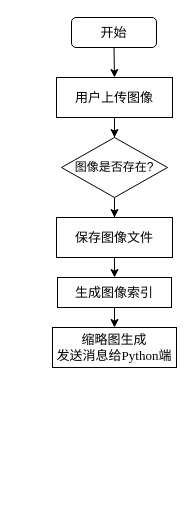
Above: 图像上传流程图.drawio in LiSoulSpace/GitBook (draw.io), before the change. Source tidied: cells renumbered, new cells numbered last; positions are measured from the earlier drawing's top-left corner, leaving out a move shared by most shapes. Both pictures are drawn from the tidied source at 100%, with x=0, y=0 at pixel (52, 17).
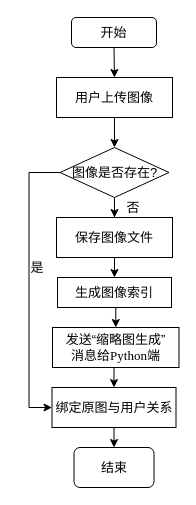
The same diagram, later.

Commit message (it also covers changes not shown here):
更新图像上传流程图.drawio

Unchanged cells that the change refers to:
```xml
<mxCell id="3" value="开始" style="rounded=1;whiteSpace=wrap;html=1;fontSize=13;glass=0;strokeWidth=1;shadow=0;fontFamily=宋体;" parent="1" vertex="1">
  <mxGeometry x="19" width="85" height="30" as="geometry" />
</mxCell>
<mxCell id="5" value="用户上传图像" style="rounded=0;whiteSpace=wrap;html=1;fontFamily=宋体;fontSize=13;" parent="1" vertex="1">
  <mxGeometry x="4" y="60" width="116" height="40" as="geometry" />
</mxCell>
<mxCell id="7" value="保存图像文件" style="rounded=0;whiteSpace=wrap;html=1;fontFamily=宋体;fontSize=13;" parent="1" vertex="1">
  <mxGeometry x="4" y="200" width="116" height="40" as="geometry" />
</mxCell>
<mxCell id="11" value="生成图像索引" style="rounded=0;whiteSpace=wrap;html=1;fontFamily=宋体;fontSize=13;" parent="1" vertex="1">
  <mxGeometry x="5" y="260" width="114" height="30" as="geometry" />
</mxCell>
```

Change to the diagram source:
```diff
@@
-    <mxCell id="2" style="edgeStyle=orthogonalEdgeStyle;rounded=0;jettySize=auto;html=1;exitX=0.5;exitY=1;exitDx=0;exitDy=0;entryX=0.5;entryY=0;entryDx=0;entryDy=0;fontFamily=宋体;" parent="1" edge="1" source="3" target="5">
+    <mxCell id="2" style="edgeStyle=orthogonalEdgeStyle;rounded=0;jettySize=auto;html=1;exitX=0.5;exitY=1;exitDx=0;exitDy=0;entryX=0.5;entryY=0;entryDx=0;entryDy=0;fontFamily=宋体;fontSize=13;" parent="1" edge="1" source="3" target="5">
       <mxGeometry relative="1" as="geometry" />
     </mxCell>
@@
-    <mxCell id="4" style="edgeStyle=orthogonalEdgeStyle;rounded=0;jettySize=auto;html=1;fontFamily=宋体;" parent="1" edge="1" source="5" target="9">
+    <mxCell id="4" style="edgeStyle=orthogonalEdgeStyle;rounded=0;jettySize=auto;html=1;fontFamily=宋体;fontSize=13;" parent="1" edge="1" source="5" target="9">
       <mxGeometry relative="1" as="geometry" />
     </mxCell>
@@
-    <mxCell id="6" style="edgeStyle=orthogonalEdgeStyle;rounded=0;jettySize=auto;html=1;exitX=0.5;exitY=1;exitDx=0;exitDy=0;entryX=0.5;entryY=0;entryDx=0;entryDy=0;fontFamily=宋体;" parent="1" edge="1" source="7" target="11">
+    <mxCell id="6" style="edgeStyle=orthogonalEdgeStyle;rounded=0;jettySize=auto;html=1;exitX=0.5;exitY=1;exitDx=0;exitDy=0;entryX=0.5;entryY=0;entryDx=0;entryDy=0;fontFamily=宋体;fontSize=13;" parent="1" edge="1" source="7" target="11">
       <mxGeometry relative="1" as="geometry" />
     </mxCell>
@@
-    <mxCell id="8" style="edgeStyle=orthogonalEdgeStyle;rounded=0;jettySize=auto;html=1;fontFamily=宋体;" parent="1" edge="1" source="9" target="7">
+    <mxCell id="8" style="edgeStyle=orthogonalEdgeStyle;rounded=0;jettySize=auto;html=1;fontFamily=宋体;fontSize=13;" parent="1" edge="1" source="9" target="7">
       <mxGeometry relative="1" as="geometry" />
     </mxCell>
+    <mxCell id="13" style="edgeStyle=orthogonalEdgeStyle;rounded=0;jettySize=auto;html=1;exitX=0;exitY=0.5;exitDx=0;exitDy=0;entryX=0;entryY=0.5;entryDx=0;entryDy=0;fontSize=13;fontFamily=宋体;" parent="1" edge="1" source="9" target="17">
+      <mxGeometry relative="1" as="geometry">
+        <Array as="points">
+          <mxPoint x="-23.5" y="155" />
+          <mxPoint x="-23.5" y="390" />
+        </Array>
+      </mxGeometry>
+    </mxCell>
-    <mxCell id="9" value="图像是否存在?" style="rhombus;whiteSpace=wrap;html=1;fontFamily=宋体;" parent="1" vertex="1">
-      <mxGeometry x="9" y="120" width="106" height="60" as="geometry" />
+    <mxCell id="9" value="图像是否存在?" style="rhombus;whiteSpace=wrap;html=1;fontFamily=宋体;fontSize=13;" parent="1" vertex="1">
+      <mxGeometry x="7.5" y="130" width="109" height="50" as="geometry" />
     </mxCell>
-    <mxCell id="10" style="edgeStyle=orthogonalEdgeStyle;rounded=0;jettySize=auto;html=1;exitX=0.5;exitY=1;exitDx=0;exitDy=0;entryX=0.5;entryY=0;entryDx=0;entryDy=0;fontFamily=宋体;" parent="1" edge="1" source="11" target="12">
+    <mxCell id="10" style="edgeStyle=orthogonalEdgeStyle;rounded=0;jettySize=auto;html=1;exitX=0.5;exitY=1;exitDx=0;exitDy=0;entryX=0.5;entryY=0;entryDx=0;entryDy=0;fontFamily=宋体;fontSize=13;" parent="1" edge="1" source="11" target="12">
       <mxGeometry relative="1" as="geometry" />
     </mxCell>
@@
+    <mxCell id="14" style="edgeStyle=orthogonalEdgeStyle;rounded=0;jettySize=auto;html=1;exitX=0.5;exitY=1;exitDx=0;exitDy=0;entryX=0.5;entryY=0;entryDx=0;entryDy=0;fontSize=13;fontFamily=宋体;" parent="1" edge="1" source="12" target="17">
+      <mxGeometry relative="1" as="geometry" />
+    </mxCell>
-    <mxCell id="12" value="缩略图生成&lt;br&gt;发送消息给&lt;font face=&quot;Times New Roman&quot;&gt;Python&lt;/font&gt;端" style="rounded=0;whiteSpace=wrap;html=1;fontFamily=宋体;fontSize=13;" parent="1" vertex="1">
-      <mxGeometry y="310" width="124" height="40" as="geometry" />
+    <mxCell id="12" value="发送“缩略图生成”&lt;br style=&quot;font-size: 13px;&quot;&gt;消息给&lt;font face=&quot;Times New Roman&quot; style=&quot;font-size: 13px;&quot;&gt;Python&lt;/font&gt;端" style="rounded=0;whiteSpace=wrap;html=1;fontFamily=宋体;fontSize=13;" parent="1" vertex="1">
+      <mxGeometry y="310" width="126.5" height="40" as="geometry" />
     </mxCell>
+    <mxCell id="15" value="结束" style="rounded=1;whiteSpace=wrap;html=1;fontFamily=宋体;fontSize=13;" parent="1" vertex="1">
+      <mxGeometry x="21.5" y="430" width="80" height="40" as="geometry" />
+    </mxCell>
+    <mxCell id="16" style="edgeStyle=orthogonalEdgeStyle;rounded=0;jettySize=auto;html=1;exitX=0.5;exitY=1;exitDx=0;exitDy=0;entryX=0.5;entryY=0;entryDx=0;entryDy=0;fontSize=13;fontFamily=宋体;" parent="1" edge="1" source="17" target="15">
+      <mxGeometry relative="1" as="geometry" />
+    </mxCell>
+    <mxCell id="17" value="绑定原图与用户关系" style="rounded=0;whiteSpace=wrap;html=1;fontFamily=宋体;fontSize=13;" parent="1" vertex="1">
+      <mxGeometry x="-0.5" y="370" width="124" height="40" as="geometry" />
+    </mxCell>
+    <mxCell id="18" value="是" style="text;html=1;strokeColor=none;fillColor=none;align=center;verticalAlign=middle;whiteSpace=wrap;rounded=0;fontSize=13;fontFamily=宋体;" parent="1" vertex="1">
+      <mxGeometry x="-35" y="240" width="40" height="20" as="geometry" />
+    </mxCell>
+    <mxCell id="19" value="否" style="text;html=1;strokeColor=none;fillColor=none;align=center;verticalAlign=middle;whiteSpace=wrap;rounded=0;fontSize=13;fontFamily=宋体;" parent="1" vertex="1">
+      <mxGeometry x="60.5" y="180" width="40" height="20" as="geometry" />
+    </mxCell>
```
